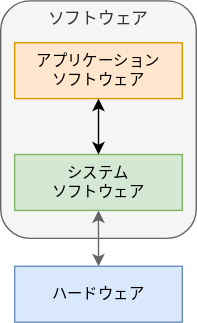
zi-ang-liu/jb-cs101 keeps this draw.io diagram as cs101/contents/intro/image/hardware_software.svg. Above is the earlier version. Source tidied: cells renumbered, new cells last; positions are measured from the earlier drawing's top-left corner, leaving out a move shared by most shapes. Its diagram source:
```xml
<mxGraphModel>
  <root>
    <mxCell id="0" />
    <mxCell id="1" parent="0" />
    <mxCell id="2" style="group;fontFamily=Noto Sans JP;" parent="1" vertex="1">
      <mxGeometry width="140" height="230" as="geometry" />
    </mxCell>
    <mxCell id="3" value="ソフトウェア&lt;div&gt;&lt;br&gt;&lt;/div&gt;&lt;div&gt;&lt;br&gt;&lt;/div&gt;&lt;div&gt;&lt;br&gt;&lt;/div&gt;&lt;div&gt;&lt;br&gt;&lt;/div&gt;&lt;div&gt;&lt;br&gt;&lt;/div&gt;&lt;div&gt;&lt;br&gt;&lt;/div&gt;&lt;div&gt;&lt;br&gt;&lt;/div&gt;&lt;div&gt;&lt;br&gt;&lt;/div&gt;&lt;div&gt;&lt;br&gt;&lt;/div&gt;&lt;div&gt;&lt;br&gt;&lt;/div&gt;" style="rounded=1;whiteSpace=wrap;html=1;fillColor=#f5f5f5;fontColor=#333333;strokeColor=#666666;fontFamily=Noto Sans JP;" parent="2" vertex="1">
      <mxGeometry width="140" height="170" as="geometry" />
    </mxCell>
    <mxCell id="4" value="&lt;font&gt;ハードウェア&lt;/font&gt;" style="rounded=0;whiteSpace=wrap;html=1;fontSize=11;fillColor=#dae8fc;strokeColor=#6c8ebf;fontFamily=Noto Sans JP;" parent="2" vertex="1">
      <mxGeometry x="10" y="190" width="120" height="40" as="geometry" />
    </mxCell>
    <mxCell id="5" value="&lt;font&gt;システム&lt;/font&gt;&lt;div&gt;&lt;font&gt;ソフトウェア&lt;/font&gt;&lt;/div&gt;" style="rounded=0;whiteSpace=wrap;html=1;fontSize=11;fillColor=#d5e8d4;strokeColor=#82b366;fontFamily=Noto Sans JP;" parent="2" vertex="1">
      <mxGeometry x="10" y="110" width="120" height="40" as="geometry" />
    </mxCell>
    <mxCell id="6" value="&lt;font&gt;アプリケーション&lt;/font&gt;&lt;div&gt;&lt;font&gt;ソフトウェア&lt;/font&gt;&lt;/div&gt;" style="rounded=0;whiteSpace=wrap;html=1;fontSize=11;fillColor=#ffe6cc;strokeColor=#d79b00;fontFamily=Noto Sans JP;" parent="2" vertex="1">
      <mxGeometry x="10" y="30" width="120" height="40" as="geometry" />
    </mxCell>
    <mxCell id="7" style="endArrow=classic;startArrow=classic;html=1;rounded=0;entryX=0.5;entryY=1;entryDx=0;entryDy=0;exitX=0.5;exitY=0;exitDx=0;exitDy=0;fillColor=#dae8fc;strokeColor=#000000;fontFamily=Noto Sans JP;" parent="2" edge="1" source="5" target="6">
      <mxGeometry relative="1" as="geometry" />
    </mxCell>
    <mxCell id="8" style="endArrow=classic;startArrow=classic;html=1;rounded=0;entryX=0.5;entryY=1;entryDx=0;entryDy=0;fillColor=#f5f5f5;strokeColor=#666666;fontFamily=Noto Sans JP;" parent="2" edge="1" source="4" target="5">
      <mxGeometry relative="1" as="geometry" />
    </mxCell>
  </root>
</mxGraphModel>
```
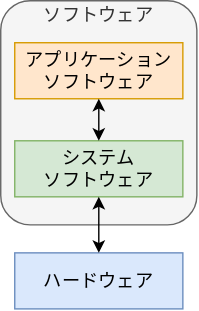
The same file after the commit.

What changed in the source:
```diff
@@ -2,25 +2,25 @@
   <root>
     <mxCell id="0" />
     <mxCell id="1" parent="0" />
-    <mxCell id="2" style="group;fontFamily=Noto Sans JP;" parent="1" vertex="1">
-      <mxGeometry width="140" height="230" as="geometry" />
+    <mxCell id="2" style="group;" parent="1" vertex="1">
+      <mxGeometry width="140" height="220" as="geometry" />
     </mxCell>
-    <mxCell id="3" value="ソフトウェア&lt;div&gt;&lt;br&gt;&lt;/div&gt;&lt;div&gt;&lt;br&gt;&lt;/div&gt;&lt;div&gt;&lt;br&gt;&lt;/div&gt;&lt;div&gt;&lt;br&gt;&lt;/div&gt;&lt;div&gt;&lt;br&gt;&lt;/div&gt;&lt;div&gt;&lt;br&gt;&lt;/div&gt;&lt;div&gt;&lt;br&gt;&lt;/div&gt;&lt;div&gt;&lt;br&gt;&lt;/div&gt;&lt;div&gt;&lt;br&gt;&lt;/div&gt;&lt;div&gt;&lt;br&gt;&lt;/div&gt;" style="rounded=1;whiteSpace=wrap;html=1;fillColor=#f5f5f5;fontColor=#333333;strokeColor=#666666;fontFamily=Noto Sans JP;" parent="2" vertex="1">
-      <mxGeometry width="140" height="170" as="geometry" />
+    <mxCell id="3" value="&lt;font face=&quot;Noto Sans JP&quot;&gt;ソフトウェア&lt;/font&gt;&lt;div&gt;&lt;font face=&quot;Noto Sans JP&quot;&gt;&lt;br&gt;&lt;/font&gt;&lt;/div&gt;&lt;div&gt;&lt;font face=&quot;Noto Sans JP&quot;&gt;&lt;br&gt;&lt;/font&gt;&lt;/div&gt;&lt;div&gt;&lt;font face=&quot;Noto Sans JP&quot;&gt;&lt;br&gt;&lt;/font&gt;&lt;/div&gt;&lt;div&gt;&lt;font face=&quot;Noto Sans JP&quot;&gt;&lt;br&gt;&lt;/font&gt;&lt;/div&gt;&lt;div&gt;&lt;font face=&quot;Noto Sans JP&quot;&gt;&lt;br&gt;&lt;/font&gt;&lt;/div&gt;&lt;div&gt;&lt;font face=&quot;Noto Sans JP&quot;&gt;&lt;br&gt;&lt;/font&gt;&lt;/div&gt;&lt;div&gt;&lt;font face=&quot;Noto Sans JP&quot;&gt;&lt;br&gt;&lt;/font&gt;&lt;/div&gt;&lt;div&gt;&lt;font face=&quot;Noto Sans JP&quot;&gt;&lt;br&gt;&lt;/font&gt;&lt;/div&gt;&lt;div&gt;&lt;br&gt;&lt;/div&gt;" style="rounded=1;whiteSpace=wrap;html=1;fillColor=#f5f5f5;fontColor=#333333;strokeColor=#666666;fontFamily=Noto Sans JP;fontSize=13;" parent="2" vertex="1">
+      <mxGeometry width="140" height="160" as="geometry" />
     </mxCell>
-    <mxCell id="4" value="&lt;font&gt;ハードウェア&lt;/font&gt;" style="rounded=0;whiteSpace=wrap;html=1;fontSize=11;fillColor=#dae8fc;strokeColor=#6c8ebf;fontFamily=Noto Sans JP;" parent="2" vertex="1">
-      <mxGeometry x="10" y="190" width="120" height="40" as="geometry" />
+    <mxCell id="4" value="&lt;font face=&quot;Noto Sans JP&quot;&gt;ハードウェア&lt;/font&gt;" style="rounded=0;whiteSpace=wrap;html=1;fontSize=13;fillColor=#dae8fc;strokeColor=#6c8ebf;fontFamily=Noto Sans JP;" parent="2" vertex="1">
+      <mxGeometry x="10" y="180" width="120" height="40" as="geometry" />
     </mxCell>
-    <mxCell id="5" value="&lt;font&gt;システム&lt;/font&gt;&lt;div&gt;&lt;font&gt;ソフトウェア&lt;/font&gt;&lt;/div&gt;" style="rounded=0;whiteSpace=wrap;html=1;fontSize=11;fillColor=#d5e8d4;strokeColor=#82b366;fontFamily=Noto Sans JP;" parent="2" vertex="1">
-      <mxGeometry x="10" y="110" width="120" height="40" as="geometry" />
+    <mxCell id="5" value="&lt;font face=&quot;Noto Sans JP&quot;&gt;システム&lt;/font&gt;&lt;div&gt;&lt;font face=&quot;Noto Sans JP&quot;&gt;ソフトウェア&lt;/font&gt;&lt;/div&gt;" style="rounded=0;whiteSpace=wrap;html=1;fontSize=13;fillColor=#d5e8d4;strokeColor=#82b366;fontFamily=Noto Sans JP;" parent="2" vertex="1">
+      <mxGeometry x="10" y="100" width="120" height="40" as="geometry" />
     </mxCell>
-    <mxCell id="6" value="&lt;font&gt;アプリケーション&lt;/font&gt;&lt;div&gt;&lt;font&gt;ソフトウェア&lt;/font&gt;&lt;/div&gt;" style="rounded=0;whiteSpace=wrap;html=1;fontSize=11;fillColor=#ffe6cc;strokeColor=#d79b00;fontFamily=Noto Sans JP;" parent="2" vertex="1">
+    <mxCell id="6" value="&lt;font face=&quot;Noto Sans JP&quot;&gt;アプリケーション&lt;/font&gt;&lt;div&gt;&lt;font face=&quot;Noto Sans JP&quot;&gt;ソフトウェア&lt;/font&gt;&lt;/div&gt;" style="rounded=0;whiteSpace=wrap;html=1;fontSize=13;fillColor=#ffe6cc;strokeColor=#d79b00;fontFamily=Noto Sans JP;" parent="2" vertex="1">
       <mxGeometry x="10" y="30" width="120" height="40" as="geometry" />
     </mxCell>
-    <mxCell id="7" style="endArrow=classic;startArrow=classic;html=1;rounded=0;entryX=0.5;entryY=1;entryDx=0;entryDy=0;exitX=0.5;exitY=0;exitDx=0;exitDy=0;fillColor=#dae8fc;strokeColor=#000000;fontFamily=Noto Sans JP;" parent="2" edge="1" source="5" target="6">
+    <mxCell id="7" style="endArrow=classic;startArrow=classic;html=1;rounded=0;entryX=0.5;entryY=1;entryDx=0;entryDy=0;exitX=0.5;exitY=0;exitDx=0;exitDy=0;fillColor=#dae8fc;strokeColor=#000000;fontFamily=Noto Sans JP;fontSize=13;" parent="2" edge="1" source="5" target="6">
       <mxGeometry relative="1" as="geometry" />
     </mxCell>
-    <mxCell id="8" style="endArrow=classic;startArrow=classic;html=1;rounded=0;entryX=0.5;entryY=1;entryDx=0;entryDy=0;fillColor=#f5f5f5;strokeColor=#666666;fontFamily=Noto Sans JP;" parent="2" edge="1" source="4" target="5">
+    <mxCell id="8" style="endArrow=classic;startArrow=classic;html=1;rounded=0;entryX=0.5;entryY=1;entryDx=0;entryDy=0;fillColor=#dae8fc;strokeColor=#000000;fontFamily=Noto Sans JP;fontSize=13;exitX=0.5;exitY=0;exitDx=0;exitDy=0;" parent="2" edge="1" source="4" target="5">
       <mxGeometry relative="1" as="geometry" />
     </mxCell>
   </root>
```
